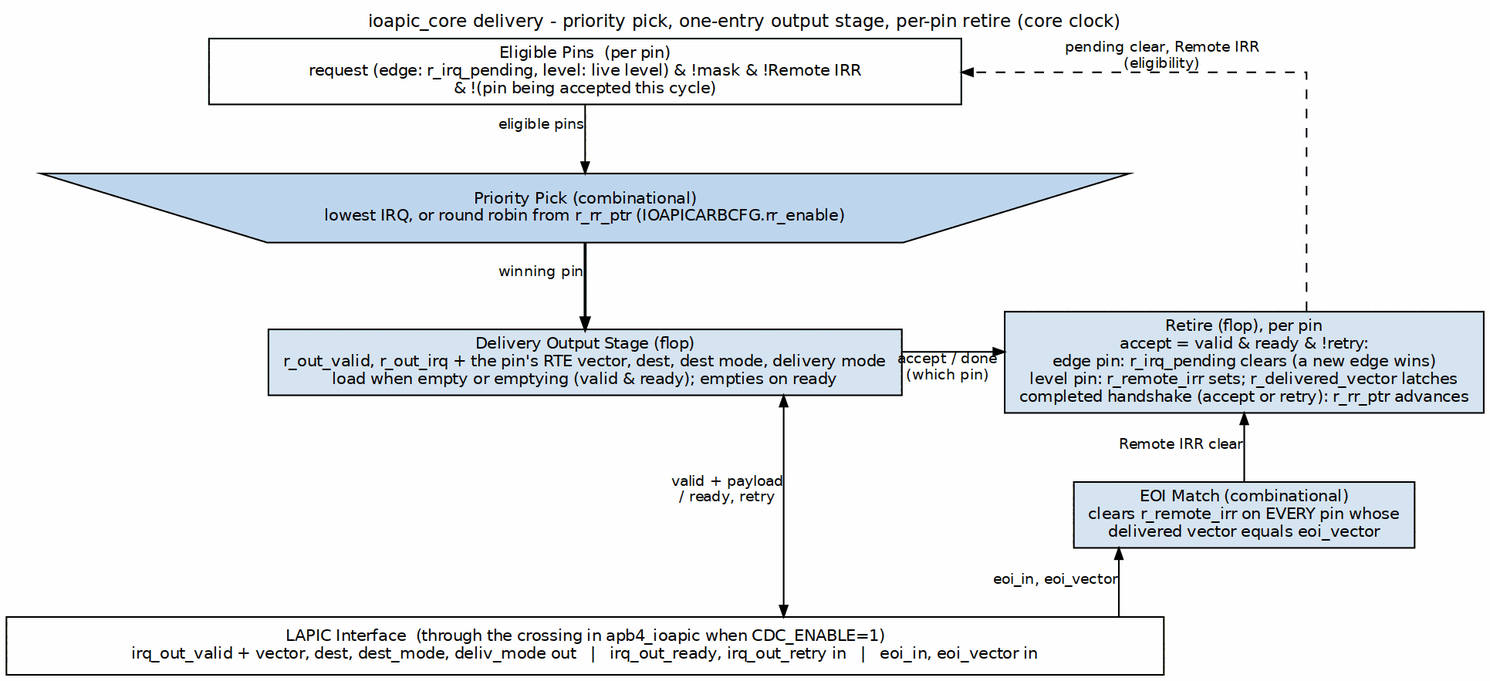
sean-galloway/RTLDesignSherpa keeps this Graphviz diagram as projects/components/legacy-ip/retro_legacy_blocks/docs/ioapic_mas/assets/graphviz/ioapic_delivery.png. Above is the earlier version. Its source is kept beside it as projects/components/legacy-ip/retro_legacy_blocks/docs/ioapic_mas/assets/graphviz/ioapic_delivery.dot. The source it was exported from:
```dot
digraph ioapic_delivery {
    graph [rankdir=TB, bgcolor="white", fontname="Helvetica", fontsize=11,
           nodesep="0.45", ranksep="0.60", splines=ortho, newrank=true,
           label="ioapic_core delivery - priority pick, one-entry output stage, per-pin retire (core clock)",
           labelloc=t, labeljust=c];
    node  [fontname="Helvetica", fontsize=10, shape=box, style=filled,
           fillcolor="#D6E4F0", color="black", margin="0.12,0.06"];
    edge  [fontname="Helvetica", fontsize=9, color="black", arrowsize=0.7];

    port [group=C, label="Eligible Pins  (per pin)\nrequest (edge: r_irq_pending, level: live level) & !mask & !Remote IRR\n& !(pin being accepted this cycle)", fillcolor="white", width=6.5];

    pick [group=C, shape=invtrapezium, width=6.5, height=0.6, fillcolor="#BFD7EE",
          label="Priority Pick (combinational)\nlowest IRQ, or round robin from r_rr_ptr (IOAPICARBCFG.rr_enable)"];

    out  [group=C, label="Delivery Output Stage (flop)\nr_out_valid, r_out_irq + the pin's RTE vector, dest, dest mode, delivery mode\nload when empty or emptying (valid & ready); empties on ready"];

    ret  [group=R, label="Retire (flop), per pin\naccept = valid & ready & !retry:\nedge pin: r_irq_pending clears (a new edge wins)\nlevel pin: r_remote_irr sets; r_delivered_vector latches\ncompleted handshake (accept or retry): r_rr_ptr advances"];
    eoi  [group=R, label="EOI Match (combinational)\nclears r_remote_irr on EVERY pin whose\ndelivered vector equals eoi_vector"];

    bar  [group=C, label="LAPIC Interface  (through the crossing in apb4_ioapic when CDC_ENABLE=1)\nirq_out_valid + vector, dest, dest_mode, deliv_mode out   |   irq_out_ready, irq_out_retry in   |   eoi_in, eoi_vector in",
          fillcolor="white", width=10.0];

    port -> pick [xlabel="eligible pins"];
    pick -> out  [penwidth=1.8, xlabel="winning pin"];
    out  -> bar  [dir=both, xlabel="valid + payload\n/ ready, retry"];

    out  -> ret  [xlabel="accept / done\n(which pin)"];
    eoi  -> bar  [dir=back, xlabel="eoi_in, eoi_vector"];
    ret  -> eoi  [dir=back, xlabel="Remote IRR clear"];
    ret  -> port [style=dashed, constraint=false, xlabel="pending clear, Remote IRR\n(eligibility)"];

    { rank=same; out; ret; }
    out -> ret [style=invis, minlen=2];
    { rank=same; eoi; p_s; }
    p_s [shape=point, style=invis, width=0.01, group=C];
    out -> p_s [style=invis];
}
```
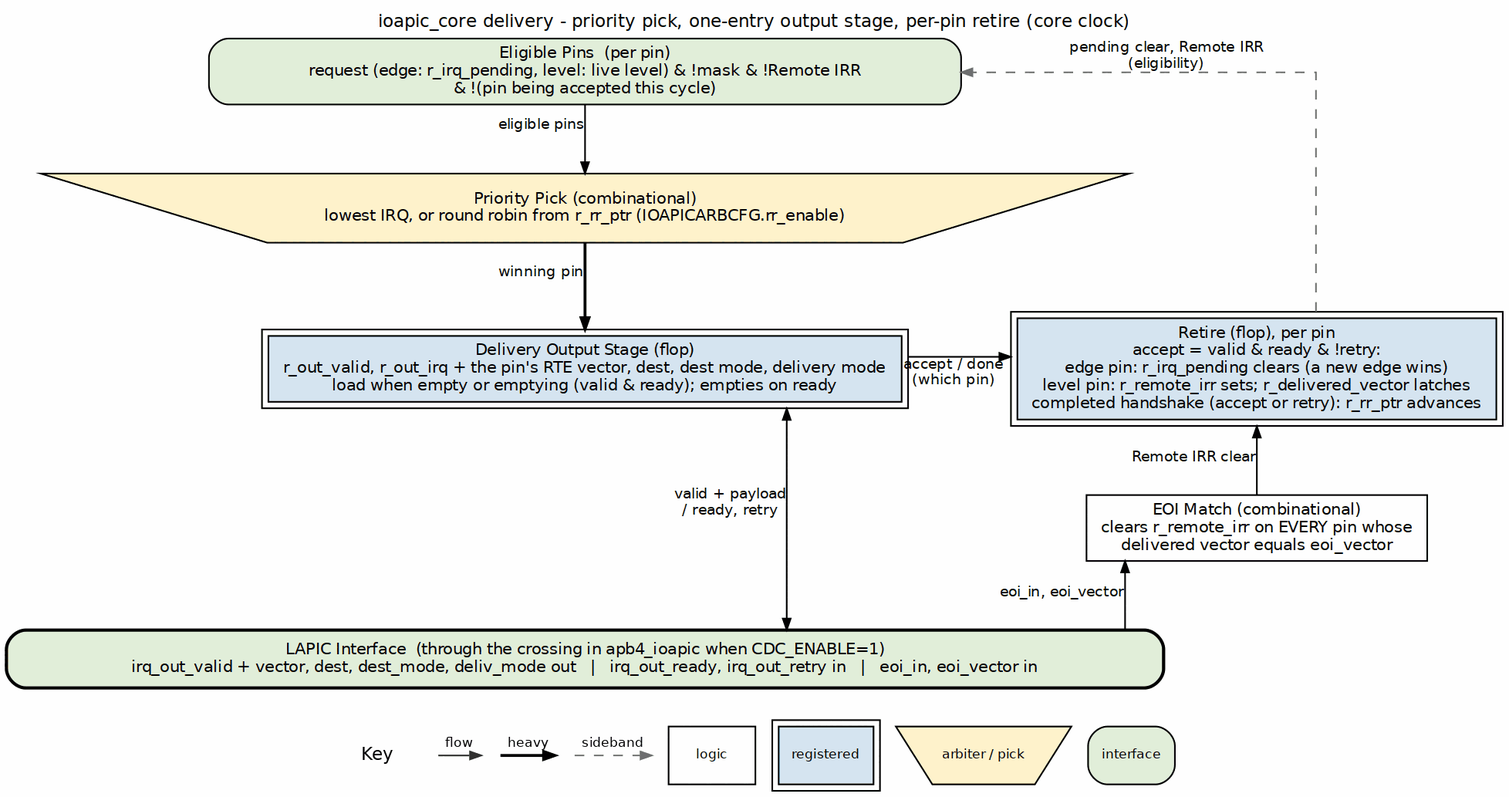
After the change.

Diff of the diagram source:
```diff
@@ -4,21 +4,21 @@
            label="ioapic_core delivery - priority pick, one-entry output stage, per-pin retire (core clock)",
            labelloc=t, labeljust=c];
     node  [fontname="Helvetica", fontsize=10, shape=box, style=filled,
-           fillcolor="#D6E4F0", color="black", margin="0.12,0.06"];
+           fillcolor="white", color="black", margin="0.12,0.06"];
     edge  [fontname="Helvetica", fontsize=9, color="black", arrowsize=0.7];
 
-    port [group=C, label="Eligible Pins  (per pin)\nrequest (edge: r_irq_pending, level: live level) & !mask & !Remote IRR\n& !(pin being accepted this cycle)", fillcolor="white", width=6.5];
+    port [group=C, label="Eligible Pins  (per pin)\nrequest (edge: r_irq_pending, level: live level) & !mask & !Remote IRR\n& !(pin being accepted this cycle)", fillcolor="white", width=6.5, style="rounded,filled", fillcolor="#E2EFDA"];
 
     pick [group=C, shape=invtrapezium, width=6.5, height=0.6, fillcolor="#BFD7EE",
-          label="Priority Pick (combinational)\nlowest IRQ, or round robin from r_rr_ptr (IOAPICARBCFG.rr_enable)"];
+          label="Priority Pick (combinational)\nlowest IRQ, or round robin from r_rr_ptr (IOAPICARBCFG.rr_enable)", style="filled", fillcolor="#FFF2CC"];
 
-    out  [group=C, label="Delivery Output Stage (flop)\nr_out_valid, r_out_irq + the pin's RTE vector, dest, dest mode, delivery mode\nload when empty or emptying (valid & ready); empties on ready"];
+    out  [group=C, label="Delivery Output Stage (flop)\nr_out_valid, r_out_irq + the pin's RTE vector, dest, dest mode, delivery mode\nload when empty or emptying (valid & ready); empties on ready", peripheries=2, style="filled", fillcolor="#D6E4F0"];
 
-    ret  [group=R, label="Retire (flop), per pin\naccept = valid & ready & !retry:\nedge pin: r_irq_pending clears (a new edge wins)\nlevel pin: r_remote_irr sets; r_delivered_vector latches\ncompleted handshake (accept or retry): r_rr_ptr advances"];
-    eoi  [group=R, label="EOI Match (combinational)\nclears r_remote_irr on EVERY pin whose\ndelivered vector equals eoi_vector"];
+    ret  [group=R, label="Retire (flop), per pin\naccept = valid & ready & !retry:\nedge pin: r_irq_pending clears (a new edge wins)\nlevel pin: r_remote_irr sets; r_delivered_vector latches\ncompleted handshake (accept or retry): r_rr_ptr advances", peripheries=2, style="filled", fillcolor="#D6E4F0"];
+    eoi  [group=R, label="EOI Match (combinational)\nclears r_remote_irr on EVERY pin whose\ndelivered vector equals eoi_vector", style="filled", fillcolor="white"];
 
     bar  [group=C, label="LAPIC Interface  (through the crossing in apb4_ioapic when CDC_ENABLE=1)\nirq_out_valid + vector, dest, dest_mode, deliv_mode out   |   irq_out_ready, irq_out_retry in   |   eoi_in, eoi_vector in",
-          fillcolor="white", width=10.0];
+          fillcolor="white", width=10.0, style="rounded,filled,bold", fillcolor="#E2EFDA"];
 
     port -> pick [xlabel="eligible pins"];
     pick -> out  [penwidth=1.8, xlabel="winning pin"];
@@ -27,7 +27,7 @@
     out  -> ret  [xlabel="accept / done\n(which pin)"];
     eoi  -> bar  [dir=back, xlabel="eoi_in, eoi_vector"];
     ret  -> eoi  [dir=back, xlabel="Remote IRR clear"];
-    ret  -> port [style=dashed, constraint=false, xlabel="pending clear, Remote IRR\n(eligibility)"];
+    ret  -> port [style=dashed, color="#777777", constraint=false, xlabel="pending clear, Remote IRR\n(eligibility)"];
 
     { rank=same; out; ret; }
     out -> ret [style=invis, minlen=2];
```
